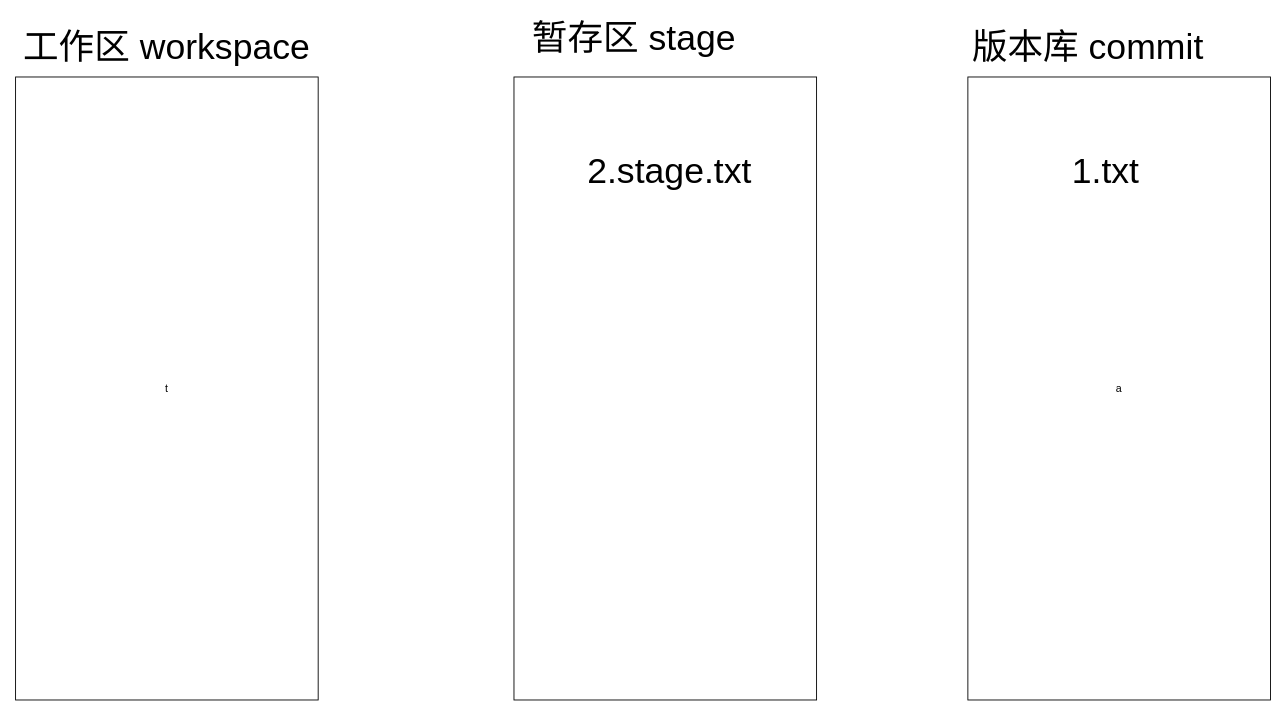
This is git-restore.drawio from NEOTSO/fe-diagram, a draw.io file, before an edit. Source tidied: cells renumbered, new cells numbered last; positions are measured from the earlier drawing's top-left corner, leaving out a move shared by most shapes. Both pictures are drawn from the tidied source at 89%, with x=0, y=0 at pixel (15, 23).
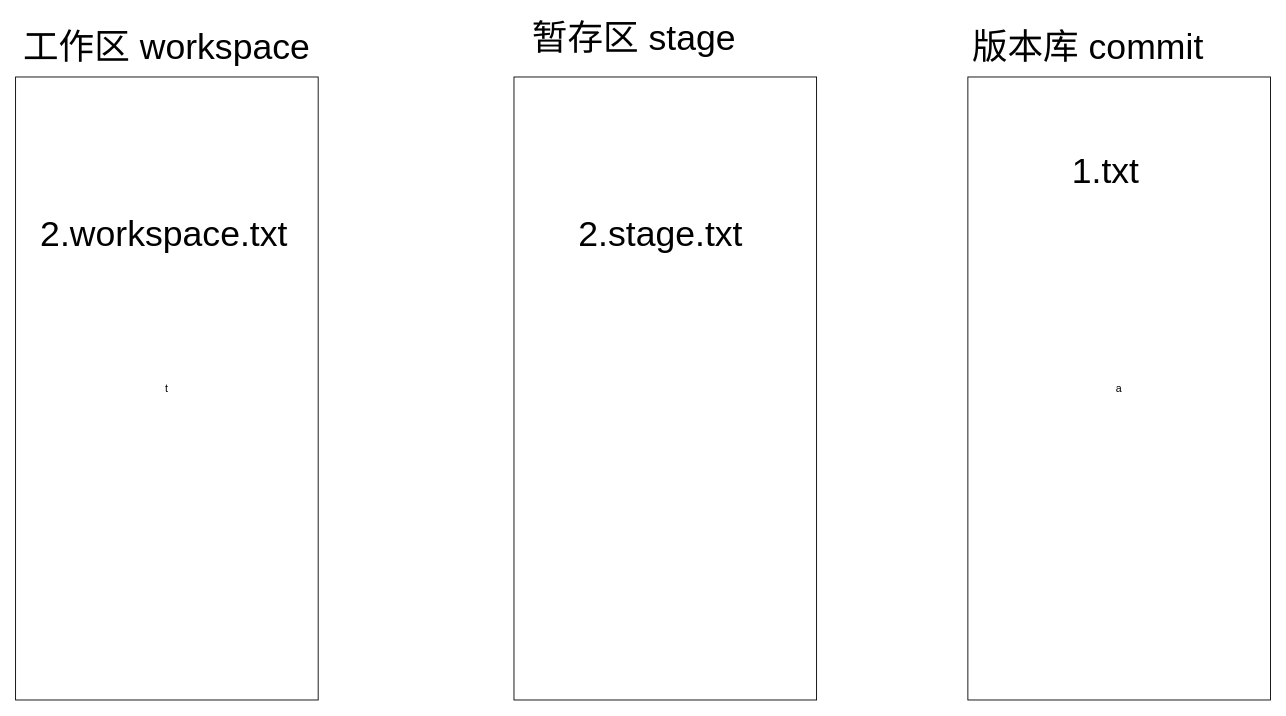
After the change.

Change to the diagram source:
```diff
@@
 <mxGraphModel>
   <root>
     <mxCell id="0" />
     <mxCell id="1" parent="0" />
     <mxCell id="2" value="t" style="rounded=0;whiteSpace=wrap;html=1;" parent="1" vertex="1">
       <mxGeometry y="60" width="340" height="700" as="geometry" />
     </mxCell>
     <mxCell id="3" value="a" style="rounded=0;whiteSpace=wrap;html=1;" parent="1" vertex="1">
       <mxGeometry x="1070" y="60" width="340" height="700" as="geometry" />
     </mxCell>
     <mxCell id="4" style="rounded=0;whiteSpace=wrap;html=1;" parent="1" vertex="1">
       <mxGeometry x="560" y="60" width="340" height="700" as="geometry" />
     </mxCell>
     <mxCell id="5" value="&lt;font style=&quot;font-size: 40px;&quot;&gt;工作区 workspace&lt;/font&gt;" style="text;strokeColor=none;align=center;fillColor=none;html=1;verticalAlign=middle;whiteSpace=wrap;rounded=0;" parent="1" vertex="1">
       <mxGeometry y="10" width="340" height="30" as="geometry" />
     </mxCell>
     <mxCell id="6" value="&lt;span style=&quot;font-size: 40px;&quot;&gt;暂存区 stage&lt;/span&gt;" style="text;strokeColor=none;align=center;fillColor=none;html=1;verticalAlign=middle;whiteSpace=wrap;rounded=0;" parent="1" vertex="1">
       <mxGeometry x="560" width="270" height="30" as="geometry" />
     </mxCell>
     <mxCell id="7" value="&lt;span style=&quot;font-size: 40px;&quot;&gt;版本库 commit&lt;/span&gt;" style="text;strokeColor=none;align=center;fillColor=none;html=1;verticalAlign=middle;whiteSpace=wrap;rounded=0;" parent="1" vertex="1">
       <mxGeometry x="1070" y="10" width="270" height="30" as="geometry" />
     </mxCell>
     <mxCell id="8" value="&lt;font style=&quot;&quot;&gt;&lt;font style=&quot;font-size: 40px;&quot;&gt;1.txt&lt;/font&gt;&lt;br&gt;&lt;/font&gt;" style="text;strokeColor=none;align=center;fillColor=none;html=1;verticalAlign=middle;whiteSpace=wrap;rounded=0;" parent="1" vertex="1">
       <mxGeometry x="1130" y="150" width="190" height="30" as="geometry" />
     </mxCell>
     <mxCell id="9" value="&lt;font style=&quot;font-size: 40px;&quot;&gt;2.stage.txt&lt;/font&gt;" style="text;strokeColor=none;align=center;fillColor=none;html=1;verticalAlign=middle;whiteSpace=wrap;rounded=0;" parent="1" vertex="1">
-      <mxGeometry x="610" y="150" width="250" height="30" as="geometry" />
+      <mxGeometry x="600" y="220" width="250" height="30" as="geometry" />
     </mxCell>
+    <mxCell id="10" value="&lt;font style=&quot;font-size: 40px;&quot;&gt;2.workspace.txt&lt;/font&gt;" style="text;strokeColor=none;align=center;fillColor=none;html=1;verticalAlign=middle;whiteSpace=wrap;rounded=0;" parent="1" vertex="1">
+      <mxGeometry x="42" y="220" width="250" height="30" as="geometry" />
+    </mxCell>
   </root>
 </mxGraphModel>
```
